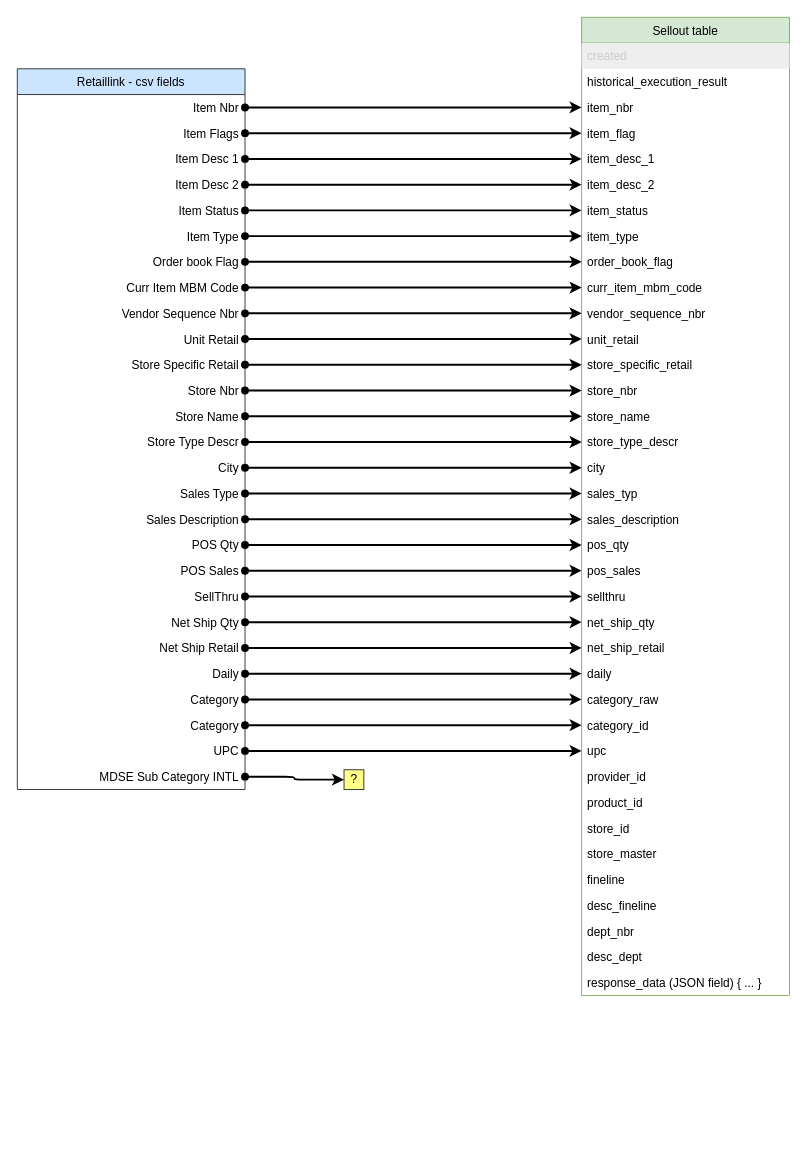
Above: Data fields.drawio in misaelnieto/chale (draw.io), before the change. Source tidied: cells renumbered, new cells numbered last; positions are measured from the earlier drawing's top-left corner, leaving out a move shared by most shapes. Both pictures are drawn from the tidied source at 99%, with x=0, y=0 at pixel (17, 17).
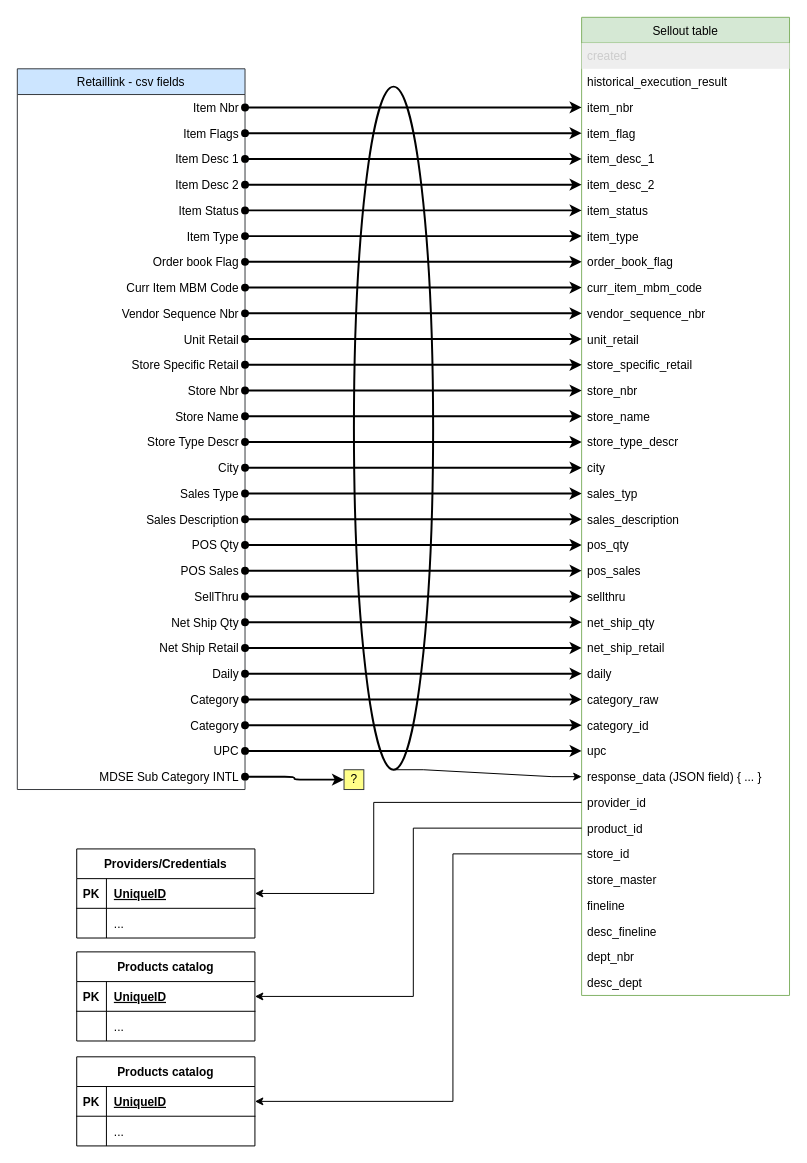
After the change.

Unchanged cells that the change refers to:
```xml
<mxCell id="2" value="Sellout table" style="swimlane;fontStyle=0;horizontal=1;startSize=26;fillColor=#d5e8d4;strokeColor=#82b366;" parent="1" vertex="1">
  <mxGeometry x="570" width="210" height="988" as="geometry" />
</mxCell>
```

Diff of the diagram source:
```diff
@@
+    <mxCell id="39" value="response_data (JSON field) { ... }" style="text;strokeColor=none;fillColor=none;align=left;verticalAlign=top;spacingLeft=4;spacingRight=4;overflow=hidden;points=[[0,0.5],[1,0.5]];portConstraint=eastwest;" parent="2" vertex="1">
+      <mxGeometry y="754" width="210" height="26" as="geometry" />
+    </mxCell>
     <mxCell id="31" value="provider_id" style="text;strokeColor=none;fillColor=none;align=left;verticalAlign=top;spacingLeft=4;spacingRight=4;overflow=hidden;points=[[0,0.5],[1,0.5]];portConstraint=eastwest;" parent="2" vertex="1">
-      <mxGeometry y="754" width="210" height="26" as="geometry" />
+      <mxGeometry y="780" width="210" height="26" as="geometry" />
     </mxCell>
     <mxCell id="32" value="product_id" style="text;strokeColor=none;fillColor=none;align=left;verticalAlign=top;spacingLeft=4;spacingRight=4;overflow=hidden;points=[[0,0.5],[1,0.5]];portConstraint=eastwest;" parent="2" vertex="1">
-      <mxGeometry y="780" width="210" height="26" as="geometry" />
+      <mxGeometry y="806" width="210" height="26" as="geometry" />
     </mxCell>
     <mxCell id="33" value="store_id" style="text;strokeColor=none;fillColor=none;align=left;verticalAlign=top;spacingLeft=4;spacingRight=4;overflow=hidden;points=[[0,0.5],[1,0.5]];portConstraint=eastwest;" parent="2" vertex="1">
-      <mxGeometry y="806" width="210" height="26" as="geometry" />
+      <mxGeometry y="832" width="210" height="26" as="geometry" />
     </mxCell>
     <mxCell id="34" value="store_master" style="text;strokeColor=none;fillColor=none;align=left;verticalAlign=top;spacingLeft=4;spacingRight=4;overflow=hidden;" parent="2" vertex="1">
-      <mxGeometry y="832" width="210" height="26" as="geometry" />
+      <mxGeometry y="858" width="210" height="26" as="geometry" />
     </mxCell>
     <mxCell id="35" value="fineline" style="text;strokeColor=none;fillColor=none;align=left;verticalAlign=top;spacingLeft=4;spacingRight=4;overflow=hidden;" parent="2" vertex="1">
-      <mxGeometry y="858" width="210" height="26" as="geometry" />
+      <mxGeometry y="884" width="210" height="26" as="geometry" />
     </mxCell>
     <mxCell id="36" value="desc_fineline" style="text;strokeColor=none;fillColor=none;align=left;verticalAlign=top;spacingLeft=4;spacingRight=4;overflow=hidden;" parent="2" vertex="1">
-      <mxGeometry y="884" width="210" height="26" as="geometry" />
+      <mxGeometry y="910" width="210" height="26" as="geometry" />
     </mxCell>
     <mxCell id="37" value="dept_nbr" style="text;strokeColor=none;fillColor=none;align=left;verticalAlign=top;spacingLeft=4;spacingRight=4;overflow=hidden;" parent="2" vertex="1">
-      <mxGeometry y="910" width="210" height="26" as="geometry" />
+      <mxGeometry y="936" width="210" height="26" as="geometry" />
     </mxCell>
     <mxCell id="38" value="desc_dept" style="text;strokeColor=none;fillColor=none;align=left;verticalAlign=top;spacingLeft=4;spacingRight=4;overflow=hidden;" parent="2" vertex="1">
-      <mxGeometry y="936" width="210" height="26" as="geometry" />
+      <mxGeometry y="962" width="210" height="26" as="geometry" />
     </mxCell>
-    <mxCell id="39" value="response_data (JSON field) { ... }" style="text;strokeColor=none;fillColor=none;align=left;verticalAlign=top;spacingLeft=4;spacingRight=4;overflow=hidden;points=[[0,0.5],[1,0.5]];portConstraint=eastwest;" parent="2" vertex="1">
-      <mxGeometry y="962" width="210" height="26" as="geometry" />
-    </mxCell>
@@
+    <mxCell id="96" value="Providers/Credentials" style="shape=table;startSize=30;childLayout=tableLayout;rowLines=0;fontStyle=1;align=center;" parent="1" vertex="1">
+      <mxGeometry x="60" y="840" width="180" height="90" as="geometry" />
+    </mxCell>
+    <mxCell id="97" style="shape=partialRectangle;fillColor=none;top=0;left=0;bottom=1;right=0;points=[[0,0.5],[1,0.5]];portConstraint=eastwest;" parent="96" vertex="1">
+      <mxGeometry y="30" width="180" height="30" as="geometry" />
+    </mxCell>
+    <mxCell id="98" value="PK" style="shape=partialRectangle;fillColor=none;top=0;left=0;bottom=0;right=0;fontStyle=1;overflow=hidden;" parent="97" vertex="1">
+      <mxGeometry width="30" height="30" as="geometry" />
+    </mxCell>
+    <mxCell id="99" value="UniqueID" style="shape=partialRectangle;fillColor=none;top=0;left=0;bottom=0;right=0;align=left;spacingLeft=6;fontStyle=5;overflow=hidden;" parent="97" vertex="1">
+      <mxGeometry x="30" width="150" height="30" as="geometry" />
+    </mxCell>
+    <mxCell id="100" style="shape=partialRectangle;fillColor=none;top=0;left=0;bottom=0;right=0;" parent="96" vertex="1">
+      <mxGeometry y="60" width="180" height="30" as="geometry" />
+    </mxCell>
+    <mxCell id="101" style="shape=partialRectangle;fillColor=none;top=0;left=0;bottom=0;right=0;overflow=hidden;" parent="100" vertex="1">
+      <mxGeometry width="30" height="30" as="geometry" />
+    </mxCell>
+    <mxCell id="102" value="..." style="shape=partialRectangle;fillColor=none;top=0;left=0;bottom=0;right=0;align=left;spacingLeft=6;overflow=hidden;" parent="100" vertex="1">
+      <mxGeometry x="30" width="150" height="30" as="geometry" />
+    </mxCell>
+    <mxCell id="103" value="Products catalog" style="shape=table;startSize=30;childLayout=tableLayout;rowLines=0;fontStyle=1;align=center;" parent="1" vertex="1">
+      <mxGeometry x="60" y="944" width="180" height="90" as="geometry" />
+    </mxCell>
+    <mxCell id="104" style="shape=partialRectangle;fillColor=none;top=0;left=0;bottom=1;right=0;points=[[0,0.5],[1,0.5]];portConstraint=eastwest;" parent="103" vertex="1">
+      <mxGeometry y="30" width="180" height="30" as="geometry" />
+    </mxCell>
+    <mxCell id="105" value="PK" style="shape=partialRectangle;fillColor=none;top=0;left=0;bottom=0;right=0;fontStyle=1;overflow=hidden;" parent="104" vertex="1">
+      <mxGeometry width="30" height="30" as="geometry" />
+    </mxCell>
+    <mxCell id="106" value="UniqueID" style="shape=partialRectangle;fillColor=none;top=0;left=0;bottom=0;right=0;align=left;spacingLeft=6;fontStyle=5;overflow=hidden;" parent="104" vertex="1">
+      <mxGeometry x="30" width="150" height="30" as="geometry" />
+    </mxCell>
+    <mxCell id="107" style="shape=partialRectangle;fillColor=none;top=0;left=0;bottom=0;right=0;" parent="103" vertex="1">
+      <mxGeometry y="60" width="180" height="30" as="geometry" />
+    </mxCell>
+    <mxCell id="108" style="shape=partialRectangle;fillColor=none;top=0;left=0;bottom=0;right=0;overflow=hidden;" parent="107" vertex="1">
+      <mxGeometry width="30" height="30" as="geometry" />
+    </mxCell>
+    <mxCell id="109" value="..." style="shape=partialRectangle;fillColor=none;top=0;left=0;bottom=0;right=0;align=left;spacingLeft=6;overflow=hidden;" parent="107" vertex="1">
+      <mxGeometry x="30" width="150" height="30" as="geometry" />
+    </mxCell>
+    <mxCell id="110" value="Products catalog" style="shape=table;startSize=30;childLayout=tableLayout;rowLines=0;fontStyle=1;align=center;" parent="1" vertex="1">
+      <mxGeometry x="60" y="1050" width="180" height="90" as="geometry" />
+    </mxCell>
+    <mxCell id="111" style="shape=partialRectangle;fillColor=none;top=0;left=0;bottom=1;right=0;points=[[0,0.5],[1,0.5]];portConstraint=eastwest;" parent="110" vertex="1">
+      <mxGeometry y="30" width="180" height="30" as="geometry" />
+    </mxCell>
+    <mxCell id="112" value="PK" style="shape=partialRectangle;fillColor=none;top=0;left=0;bottom=0;right=0;fontStyle=1;overflow=hidden;" parent="111" vertex="1">
+      <mxGeometry width="30" height="30" as="geometry" />
+    </mxCell>
+    <mxCell id="113" value="UniqueID" style="shape=partialRectangle;fillColor=none;top=0;left=0;bottom=0;right=0;align=left;spacingLeft=6;fontStyle=5;overflow=hidden;" parent="111" vertex="1">
+      <mxGeometry x="30" width="150" height="30" as="geometry" />
+    </mxCell>
+    <mxCell id="114" style="shape=partialRectangle;fillColor=none;top=0;left=0;bottom=0;right=0;" parent="110" vertex="1">
+      <mxGeometry y="60" width="180" height="30" as="geometry" />
+    </mxCell>
+    <mxCell id="115" style="shape=partialRectangle;fillColor=none;top=0;left=0;bottom=0;right=0;overflow=hidden;" parent="114" vertex="1">
+      <mxGeometry width="30" height="30" as="geometry" />
+    </mxCell>
+    <mxCell id="116" value="..." style="shape=partialRectangle;fillColor=none;top=0;left=0;bottom=0;right=0;align=left;spacingLeft=6;overflow=hidden;" parent="114" vertex="1">
+      <mxGeometry x="30" width="150" height="30" as="geometry" />
+    </mxCell>
+    <mxCell id="117" style="edgeStyle=orthogonalEdgeStyle;rounded=0;jettySize=auto;html=1;entryX=1;entryY=0.5;entryDx=0;entryDy=0;" parent="1" edge="1" source="33" target="111">
+      <mxGeometry relative="1" as="geometry">
+        <Array as="points">
+          <mxPoint x="440" y="845" />
+          <mxPoint x="440" y="1095" />
+        </Array>
+      </mxGeometry>
+    </mxCell>
+    <mxCell id="118" style="edgeStyle=entityRelationEdgeStyle;rounded=0;jettySize=auto;html=1;exitX=0.5;exitY=1;exitDx=0;exitDy=0;" parent="1" edge="1" source="119" target="39">
+      <mxGeometry relative="1" as="geometry" />
+    </mxCell>
+    <mxCell id="119" style="ellipse;whiteSpace=wrap;html=1;fillColor=none;strokeWidth=2;" parent="1" vertex="1">
+      <mxGeometry x="340" y="70" width="80" height="690" as="geometry" />
+    </mxCell>
+    <mxCell id="120" style="edgeStyle=orthogonalEdgeStyle;rounded=0;jettySize=auto;html=1;exitX=0;exitY=0.5;exitDx=0;exitDy=0;" parent="1" edge="1" source="32" target="104">
+      <mxGeometry relative="1" as="geometry">
+        <Array as="points">
+          <mxPoint x="400" y="819" />
+          <mxPoint x="400" y="989" />
+        </Array>
+      </mxGeometry>
+    </mxCell>
+    <mxCell id="121" style="edgeStyle=orthogonalEdgeStyle;rounded=0;jettySize=auto;html=1;exitX=0;exitY=0.5;exitDx=0;exitDy=0;entryX=1;entryY=0.5;entryDx=0;entryDy=0;" parent="1" edge="1" source="31" target="97">
+      <mxGeometry relative="1" as="geometry">
+        <Array as="points">
+          <mxPoint x="360" y="793" />
+          <mxPoint x="360" y="885" />
+        </Array>
+      </mxGeometry>
+    </mxCell>
```
